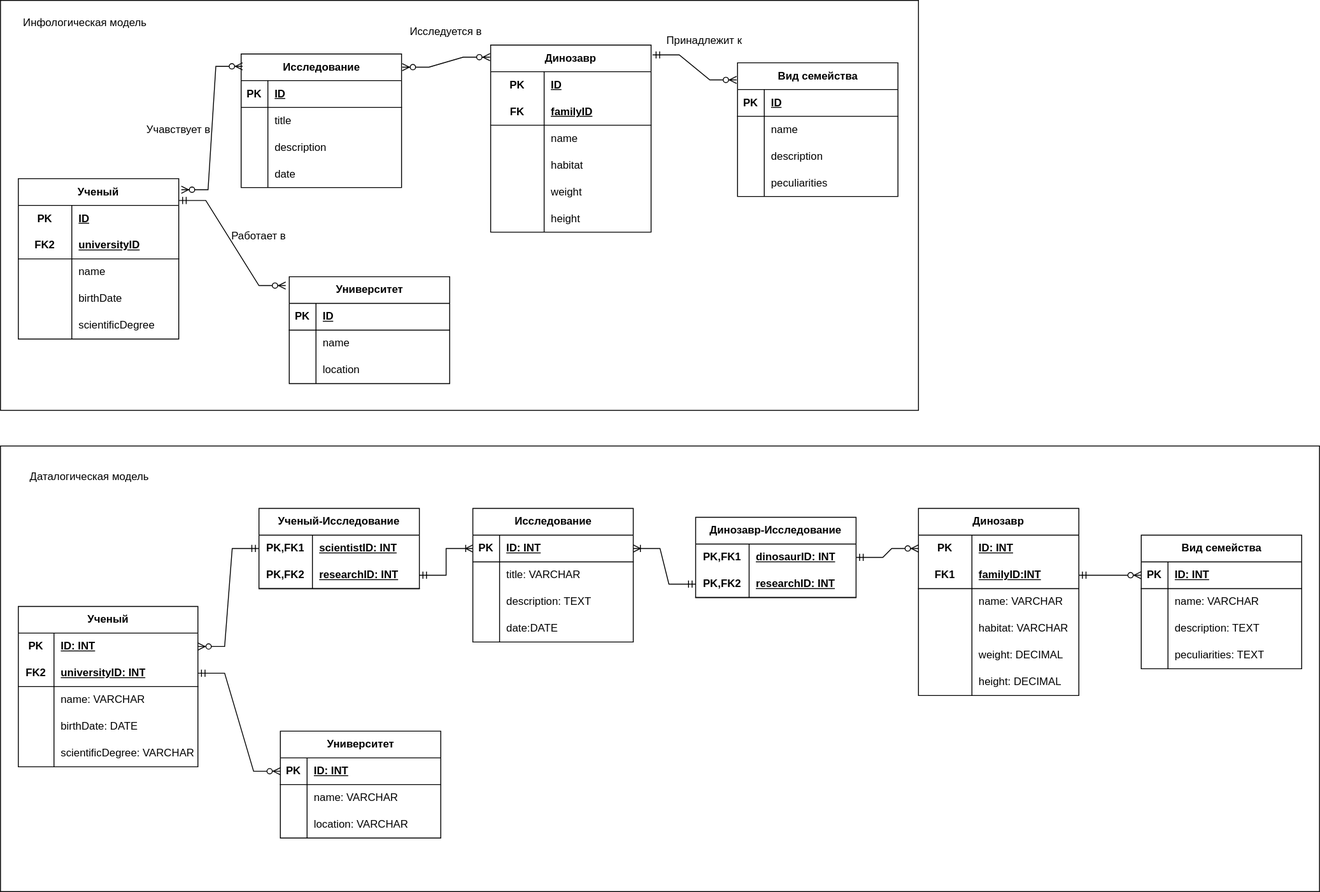
This is DataScience/lab1/bd.drawio.svg from yargames1/ITMO, a draw.io export, as it was before one commit. Source tidied: cells renumbered, new cells last; positions are measured from the earlier drawing's top-left corner, leaving out a move shared by most shapes.
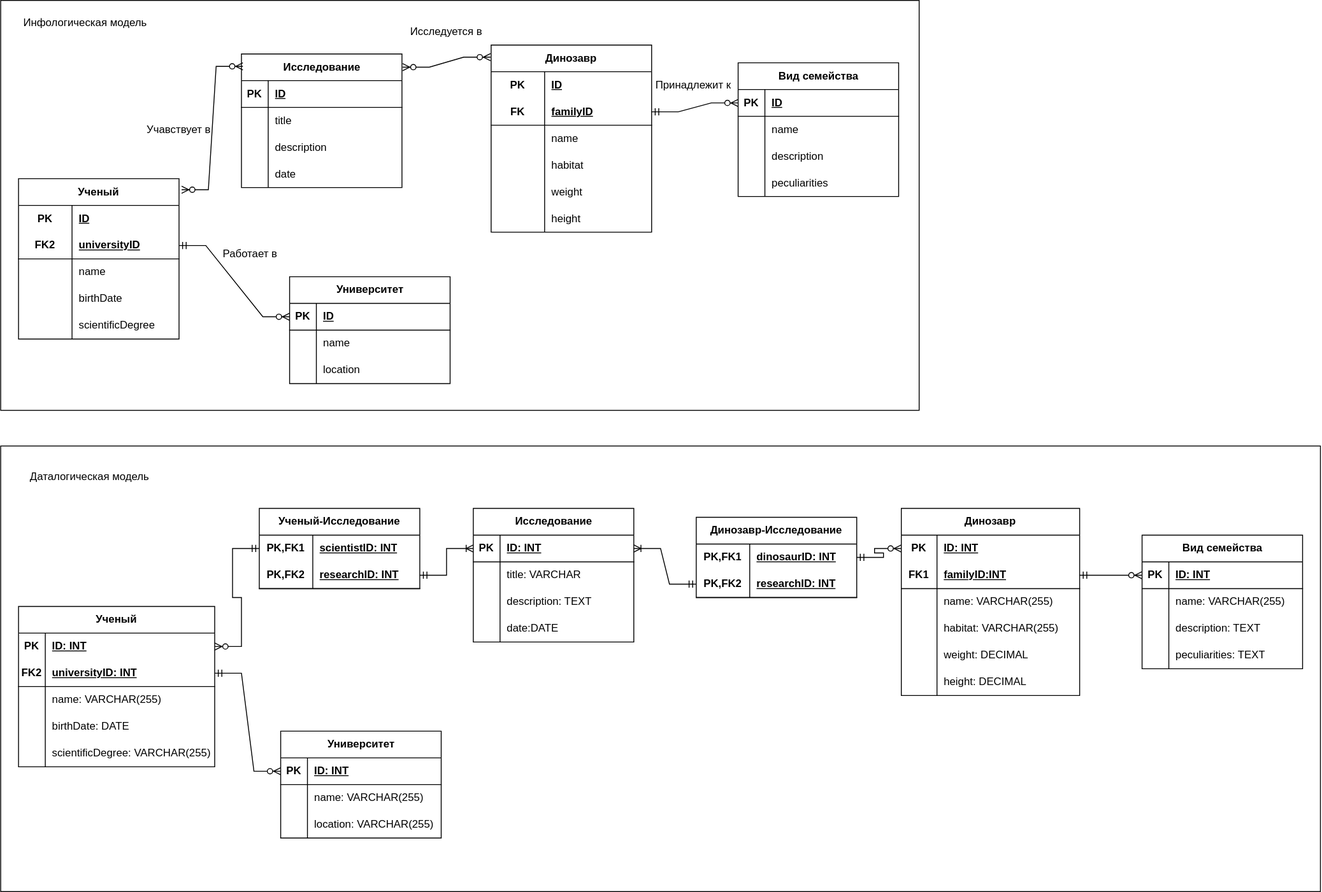
After the change.

Diff of the diagram source:
```diff
@@ -227,16 +227,14 @@
     <mxCell id="76" style="edgeStyle=entityRelationEdgeStyle;fontSize=12;html=1;endArrow=ERzeroToMany;endFill=1;startArrow=ERzeroToMany;rounded=0;exitX=1.004;exitY=0.099;exitDx=0;exitDy=0;exitPerimeter=0;entryX=-0.004;entryY=0.065;entryDx=0;entryDy=0;entryPerimeter=0;" parent="1" edge="1" source="62" target="30">
       <mxGeometry relative="1" as="geometry" />
     </mxCell>
-    <mxCell id="77" style="edgeStyle=entityRelationEdgeStyle;fontSize=12;html=1;endArrow=ERzeroToMany;startArrow=ERmandOne;rounded=0;exitX=1.009;exitY=0.053;exitDx=0;exitDy=0;exitPerimeter=0;entryX=-0.006;entryY=0.128;entryDx=0;entryDy=0;entryPerimeter=0;" parent="1" edge="1" source="30" target="49">
+    <mxCell id="77" style="edgeStyle=entityRelationEdgeStyle;fontSize=12;html=1;endArrow=ERzeroToMany;startArrow=ERmandOne;rounded=0;exitX=1;exitY=0.5;exitDx=0;exitDy=0;entryX=0;entryY=0.5;entryDx=0;entryDy=0;" parent="1" edge="1" source="34" target="50">
       <mxGeometry relative="1" as="geometry" />
     </mxCell>
-    <mxCell id="78" style="edgeStyle=entityRelationEdgeStyle;fontSize=12;html=1;endArrow=ERzeroToMany;startArrow=ERmandOne;rounded=0;exitX=1.002;exitY=0.136;exitDx=0;exitDy=0;exitPerimeter=0;" parent="1" edge="1" source="14">
-      <mxGeometry relative="1" as="geometry">
-        <mxPoint x="320" y="320" as="targetPoint" />
-      </mxGeometry>
+    <mxCell id="78" style="edgeStyle=entityRelationEdgeStyle;fontSize=12;html=1;endArrow=ERzeroToMany;startArrow=ERmandOne;rounded=0;exitX=1;exitY=0.5;exitDx=0;exitDy=0;entryX=0;entryY=0.5;entryDx=0;entryDy=0;" parent="1" edge="1" source="18" target="5">
+      <mxGeometry relative="1" as="geometry" />
     </mxCell>
     <mxCell id="79" value="Работает в" style="text;html=1;align=center;verticalAlign=middle;whiteSpace=wrap;rounded=0;" parent="1" vertex="1">
-      <mxGeometry x="250" y="250" width="80" height="30" as="geometry" />
+      <mxGeometry x="240" y="270" width="80" height="30" as="geometry" />
     </mxCell>
     <mxCell id="80" value="Учавствует в" style="text;html=1;align=center;verticalAlign=middle;whiteSpace=wrap;rounded=0;" parent="1" vertex="1">
       <mxGeometry x="160" y="130" width="80" height="30" as="geometry" />
@@ -245,7 +243,7 @@
       <mxGeometry x="450" y="20" width="100" height="30" as="geometry" />
     </mxCell>
     <mxCell id="82" value="Принадлежит к" style="text;html=1;align=center;verticalAlign=middle;whiteSpace=wrap;rounded=0;" parent="1" vertex="1">
-      <mxGeometry x="740" y="30" width="100" height="30" as="geometry" />
+      <mxGeometry x="727" y="80" width="100" height="30" as="geometry" />
     </mxCell>
     <mxCell id="83" value="Инфологическая модель" style="text;html=1;align=center;verticalAlign=middle;whiteSpace=wrap;rounded=0;" parent="1" vertex="1">
       <mxGeometry x="10" y="10" width="170" height="30" as="geometry" />
@@ -268,7 +266,7 @@
     <mxCell id="89" style="shape=partialRectangle;fillColor=none;top=0;left=0;bottom=0;right=0;overflow=hidden;whiteSpace=wrap;html=1;" parent="88" vertex="1">
       <mxGeometry width="30" height="30" as="geometry" />
     </mxCell>
-    <mxCell id="90" value="name: VARCHAR" style="shape=partialRectangle;fillColor=none;top=0;left=0;bottom=0;right=0;align=left;spacingLeft=6;overflow=hidden;whiteSpace=wrap;html=1;" parent="88" vertex="1">
+    <mxCell id="90" value="name: VARCHAR(255)" style="shape=partialRectangle;fillColor=none;top=0;left=0;bottom=0;right=0;align=left;spacingLeft=6;overflow=hidden;whiteSpace=wrap;html=1;" parent="88" vertex="1">
       <mxGeometry x="30" width="150" height="30" as="geometry" />
     </mxCell>
     <mxCell id="91" style="shape=tableRow;horizontal=0;startSize=0;swimlaneHead=0;swimlaneBody=0;fillColor=none;top=0;left=0;right=0;bottom=0;" parent="84" vertex="1">
@@ -277,113 +275,113 @@
     <mxCell id="92" style="shape=partialRectangle;fillColor=none;top=0;left=0;bottom=0;right=0;overflow=hidden;whiteSpace=wrap;html=1;" parent="91" vertex="1">
       <mxGeometry width="30" height="30" as="geometry" />
     </mxCell>
-    <mxCell id="93" value="location: VARCHAR" style="shape=partialRectangle;fillColor=none;top=0;left=0;bottom=0;right=0;align=left;spacingLeft=6;overflow=hidden;whiteSpace=wrap;html=1;" parent="91" vertex="1">
+    <mxCell id="93" value="location: VARCHAR(255)" style="shape=partialRectangle;fillColor=none;top=0;left=0;bottom=0;right=0;align=left;spacingLeft=6;overflow=hidden;whiteSpace=wrap;html=1;" parent="91" vertex="1">
       <mxGeometry x="30" width="150" height="30" as="geometry" />
     </mxCell>
     <mxCell id="94" value="&lt;span style=&quot;text-wrap-mode: nowrap;&quot;&gt;Ученый&lt;/span&gt;" style="shape=table;startSize=30;rowLines=0;fontStyle=1;align=center;html=1;whiteSpace=wrap;" parent="1" vertex="1">
-      <mxGeometry x="20" y="680" width="201.5" height="180" as="geometry" />
+      <mxGeometry x="20" y="680" width="220" height="180" as="geometry" />
     </mxCell>
     <mxCell id="95" style="shape=tableRow;horizontal=0;startSize=0;swimlaneHead=0;swimlaneBody=0;fillColor=none;points=[[0,0.5],[1,0.5]];portConstraint=eastwest;top=0;left=0;right=0;bottom=0;html=1;" parent="94" vertex="1">
-      <mxGeometry y="30" width="201.5" height="30" as="geometry" />
+      <mxGeometry y="30" width="220" height="30" as="geometry" />
     </mxCell>
     <mxCell id="96" value="PK" style="shape=partialRectangle;fillColor=none;top=0;left=0;bottom=0;right=0;fontStyle=1;overflow=hidden;html=1;whiteSpace=wrap;" parent="95" vertex="1">
-      <mxGeometry width="40" height="30" as="geometry" />
+      <mxGeometry width="30" height="30" as="geometry" />
     </mxCell>
     <mxCell id="97" value="ID: INT" style="shape=partialRectangle;fillColor=none;top=0;left=0;bottom=0;right=0;align=left;spacingLeft=6;fontStyle=5;overflow=hidden;html=1;whiteSpace=wrap;" parent="95" vertex="1">
-      <mxGeometry x="40" width="161.5" height="30" as="geometry" />
+      <mxGeometry x="30" width="190" height="30" as="geometry" />
     </mxCell>
     <mxCell id="98" style="shape=tableRow;horizontal=0;startSize=0;swimlaneHead=0;swimlaneBody=0;fillColor=none;points=[[0,0.5],[1,0.5]];portConstraint=eastwest;top=0;left=0;right=0;bottom=1;html=1;" parent="94" vertex="1">
-      <mxGeometry y="60" width="201.5" height="30" as="geometry" />
+      <mxGeometry y="60" width="220" height="30" as="geometry" />
     </mxCell>
     <mxCell id="99" value="FK2" style="shape=partialRectangle;fillColor=none;top=0;left=0;bottom=0;right=0;fontStyle=1;overflow=hidden;html=1;whiteSpace=wrap;" parent="98" vertex="1">
-      <mxGeometry width="40" height="30" as="geometry" />
+      <mxGeometry width="30" height="30" as="geometry" />
     </mxCell>
     <mxCell id="100" value="universityID: INT" style="shape=partialRectangle;fillColor=none;top=0;left=0;bottom=0;right=0;align=left;spacingLeft=6;fontStyle=5;overflow=hidden;html=1;whiteSpace=wrap;" parent="98" vertex="1">
-      <mxGeometry x="40" width="161.5" height="30" as="geometry" />
+      <mxGeometry x="30" width="190" height="30" as="geometry" />
     </mxCell>
     <mxCell id="101" style="shape=tableRow;horizontal=0;startSize=0;swimlaneHead=0;swimlaneBody=0;fillColor=none;top=0;left=0;right=0;bottom=0;html=1;" parent="94" vertex="1">
-      <mxGeometry y="90" width="201.5" height="30" as="geometry" />
+      <mxGeometry y="90" width="220" height="30" as="geometry" />
     </mxCell>
     <mxCell id="102" style="shape=partialRectangle;fillColor=none;top=0;left=0;bottom=0;right=0;overflow=hidden;html=1;whiteSpace=wrap;" parent="101" vertex="1">
-      <mxGeometry width="40" height="30" as="geometry" />
+      <mxGeometry width="30" height="30" as="geometry" />
     </mxCell>
-    <mxCell id="103" value="name: VARCHAR" style="shape=partialRectangle;fillColor=none;top=0;left=0;bottom=0;right=0;align=left;spacingLeft=6;overflow=hidden;html=1;whiteSpace=wrap;" parent="101" vertex="1">
-      <mxGeometry x="40" width="161.5" height="30" as="geometry" />
+    <mxCell id="103" value="name: VARCHAR(255)" style="shape=partialRectangle;fillColor=none;top=0;left=0;bottom=0;right=0;align=left;spacingLeft=6;overflow=hidden;html=1;whiteSpace=wrap;" parent="101" vertex="1">
+      <mxGeometry x="30" width="190" height="30" as="geometry" />
     </mxCell>
     <mxCell id="104" style="shape=tableRow;horizontal=0;startSize=0;swimlaneHead=0;swimlaneBody=0;fillColor=none;top=0;left=0;right=0;bottom=0;html=1;" parent="94" vertex="1">
-      <mxGeometry y="120" width="201.5" height="30" as="geometry" />
+      <mxGeometry y="120" width="220" height="30" as="geometry" />
     </mxCell>
     <mxCell id="105" style="shape=partialRectangle;fillColor=none;top=0;left=0;bottom=0;right=0;overflow=hidden;html=1;whiteSpace=wrap;" parent="104" vertex="1">
-      <mxGeometry width="40" height="30" as="geometry" />
+      <mxGeometry width="30" height="30" as="geometry" />
     </mxCell>
     <mxCell id="106" value="birthDate: DATE" style="shape=partialRectangle;fillColor=none;top=0;left=0;bottom=0;right=0;align=left;spacingLeft=6;overflow=hidden;html=1;whiteSpace=wrap;" parent="104" vertex="1">
-      <mxGeometry x="40" width="161.5" height="30" as="geometry" />
+      <mxGeometry x="30" width="190" height="30" as="geometry" />
     </mxCell>
     <mxCell id="107" style="shape=tableRow;horizontal=0;startSize=0;swimlaneHead=0;swimlaneBody=0;fillColor=none;top=0;left=0;right=0;bottom=0;html=1;" parent="94" vertex="1">
-      <mxGeometry y="150" width="201.5" height="30" as="geometry" />
+      <mxGeometry y="150" width="220" height="30" as="geometry" />
     </mxCell>
     <mxCell id="108" style="shape=partialRectangle;fillColor=none;top=0;left=0;bottom=0;right=0;overflow=hidden;html=1;whiteSpace=wrap;" parent="107" vertex="1">
-      <mxGeometry width="40" height="30" as="geometry" />
+      <mxGeometry width="30" height="30" as="geometry" />
     </mxCell>
-    <mxCell id="109" value="scientificDegree: VARCHAR" style="shape=partialRectangle;fillColor=none;top=0;left=0;bottom=0;right=0;align=left;spacingLeft=6;overflow=hidden;html=1;whiteSpace=wrap;" parent="107" vertex="1">
-      <mxGeometry x="40" width="161.5" height="30" as="geometry" />
+    <mxCell id="109" value="scientificDegree: VARCHAR(255)" style="shape=partialRectangle;fillColor=none;top=0;left=0;bottom=0;right=0;align=left;spacingLeft=6;overflow=hidden;html=1;whiteSpace=wrap;" parent="107" vertex="1">
+      <mxGeometry x="30" width="190" height="30" as="geometry" />
     </mxCell>
     <mxCell id="110" value="Динозавр" style="shape=table;startSize=30;rowLines=0;fontStyle=1;align=center;html=1;whiteSpace=wrap;" parent="1" vertex="1">
-      <mxGeometry x="1030" y="570" width="180" height="210" as="geometry" />
+      <mxGeometry x="1010" y="570" width="200" height="210" as="geometry" />
     </mxCell>
     <mxCell id="111" style="shape=tableRow;horizontal=0;startSize=0;swimlaneHead=0;swimlaneBody=0;fillColor=none;points=[[0,0.5],[1,0.5]];portConstraint=eastwest;top=0;left=0;right=0;bottom=0;html=1;" parent="110" vertex="1">
-      <mxGeometry y="30" width="180" height="30" as="geometry" />
+      <mxGeometry y="30" width="200" height="30" as="geometry" />
     </mxCell>
     <mxCell id="112" value="PK" style="shape=partialRectangle;fillColor=none;top=0;left=0;bottom=0;right=0;fontStyle=1;overflow=hidden;html=1;whiteSpace=wrap;" parent="111" vertex="1">
-      <mxGeometry width="60" height="30" as="geometry" />
+      <mxGeometry width="40" height="30" as="geometry" />
     </mxCell>
     <mxCell id="113" value="ID: INT" style="shape=partialRectangle;fillColor=none;top=0;left=0;bottom=0;right=0;align=left;spacingLeft=6;fontStyle=5;overflow=hidden;html=1;whiteSpace=wrap;" parent="111" vertex="1">
-      <mxGeometry x="60" width="120" height="30" as="geometry" />
+      <mxGeometry x="40" width="160" height="30" as="geometry" />
     </mxCell>
     <mxCell id="114" style="shape=tableRow;horizontal=0;startSize=0;swimlaneHead=0;swimlaneBody=0;fillColor=none;points=[[0,0.5],[1,0.5]];portConstraint=eastwest;top=0;left=0;right=0;bottom=1;html=1;" parent="110" vertex="1">
-      <mxGeometry y="60" width="180" height="30" as="geometry" />
+      <mxGeometry y="60" width="200" height="30" as="geometry" />
     </mxCell>
     <mxCell id="115" value="FK1" style="shape=partialRectangle;fillColor=none;top=0;left=0;bottom=0;right=0;fontStyle=1;overflow=hidden;html=1;whiteSpace=wrap;" parent="114" vertex="1">
-      <mxGeometry width="60" height="30" as="geometry" />
+      <mxGeometry width="40" height="30" as="geometry" />
     </mxCell>
     <mxCell id="116" value="familyID:INT" style="shape=partialRectangle;fillColor=none;top=0;left=0;bottom=0;right=0;align=left;spacingLeft=6;fontStyle=5;overflow=hidden;html=1;whiteSpace=wrap;" parent="114" vertex="1">
-      <mxGeometry x="60" width="120" height="30" as="geometry" />
+      <mxGeometry x="40" width="160" height="30" as="geometry" />
     </mxCell>
     <mxCell id="117" style="shape=tableRow;horizontal=0;startSize=0;swimlaneHead=0;swimlaneBody=0;fillColor=none;top=0;left=0;right=0;bottom=0;html=1;" parent="110" vertex="1">
-      <mxGeometry y="90" width="180" height="30" as="geometry" />
+      <mxGeometry y="90" width="200" height="30" as="geometry" />
     </mxCell>
     <mxCell id="118" style="shape=partialRectangle;fillColor=none;top=0;left=0;bottom=0;right=0;overflow=hidden;html=1;whiteSpace=wrap;" parent="117" vertex="1">
-      <mxGeometry width="60" height="30" as="geometry" />
+      <mxGeometry width="40" height="30" as="geometry" />
     </mxCell>
-    <mxCell id="119" value="name: VARCHAR" style="shape=partialRectangle;fillColor=none;top=0;left=0;bottom=0;right=0;align=left;spacingLeft=6;overflow=hidden;html=1;whiteSpace=wrap;" parent="117" vertex="1">
-      <mxGeometry x="60" width="120" height="30" as="geometry" />
+    <mxCell id="119" value="name: VARCHAR(255)" style="shape=partialRectangle;fillColor=none;top=0;left=0;bottom=0;right=0;align=left;spacingLeft=6;overflow=hidden;html=1;whiteSpace=wrap;" parent="117" vertex="1">
+      <mxGeometry x="40" width="160" height="30" as="geometry" />
     </mxCell>
     <mxCell id="120" style="shape=tableRow;horizontal=0;startSize=0;swimlaneHead=0;swimlaneBody=0;fillColor=none;top=0;left=0;right=0;bottom=0;html=1;" parent="110" vertex="1">
-      <mxGeometry y="120" width="180" height="30" as="geometry" />
+      <mxGeometry y="120" width="200" height="30" as="geometry" />
     </mxCell>
     <mxCell id="121" style="shape=partialRectangle;fillColor=none;top=0;left=0;bottom=0;right=0;overflow=hidden;html=1;whiteSpace=wrap;" parent="120" vertex="1">
-      <mxGeometry width="60" height="30" as="geometry" />
+      <mxGeometry width="40" height="30" as="geometry" />
     </mxCell>
-    <mxCell id="122" value="habitat: VARCHAR" style="shape=partialRectangle;fillColor=none;top=0;left=0;bottom=0;right=0;align=left;spacingLeft=6;overflow=hidden;html=1;whiteSpace=wrap;" parent="120" vertex="1">
-      <mxGeometry x="60" width="120" height="30" as="geometry" />
+    <mxCell id="122" value="habitat: VARCHAR(255)" style="shape=partialRectangle;fillColor=none;top=0;left=0;bottom=0;right=0;align=left;spacingLeft=6;overflow=hidden;html=1;whiteSpace=wrap;" parent="120" vertex="1">
+      <mxGeometry x="40" width="160" height="30" as="geometry" />
     </mxCell>
     <mxCell id="123" style="shape=tableRow;horizontal=0;startSize=0;swimlaneHead=0;swimlaneBody=0;fillColor=none;top=0;left=0;right=0;bottom=0;html=1;" parent="110" vertex="1">
-      <mxGeometry y="150" width="180" height="30" as="geometry" />
+      <mxGeometry y="150" width="200" height="30" as="geometry" />
     </mxCell>
     <mxCell id="124" style="shape=partialRectangle;fillColor=none;top=0;left=0;bottom=0;right=0;overflow=hidden;html=1;whiteSpace=wrap;" parent="123" vertex="1">
-      <mxGeometry width="60" height="30" as="geometry" />
+      <mxGeometry width="40" height="30" as="geometry" />
     </mxCell>
     <mxCell id="125" value="weight: DECIMAL" style="shape=partialRectangle;fillColor=none;top=0;left=0;bottom=0;right=0;align=left;spacingLeft=6;overflow=hidden;html=1;whiteSpace=wrap;" parent="123" vertex="1">
-      <mxGeometry x="60" width="120" height="30" as="geometry" />
+      <mxGeometry x="40" width="160" height="30" as="geometry" />
     </mxCell>
     <mxCell id="126" style="shape=tableRow;horizontal=0;startSize=0;swimlaneHead=0;swimlaneBody=0;fillColor=none;top=0;left=0;right=0;bottom=0;html=1;" parent="110" vertex="1">
-      <mxGeometry y="180" width="180" height="30" as="geometry" />
+      <mxGeometry y="180" width="200" height="30" as="geometry" />
     </mxCell>
     <mxCell id="127" style="shape=partialRectangle;fillColor=none;top=0;left=0;bottom=0;right=0;overflow=hidden;html=1;whiteSpace=wrap;" parent="126" vertex="1">
-      <mxGeometry width="60" height="30" as="geometry" />
+      <mxGeometry width="40" height="30" as="geometry" />
     </mxCell>
     <mxCell id="128" value="height: DECIMAL" style="shape=partialRectangle;fillColor=none;top=0;left=0;bottom=0;right=0;align=left;spacingLeft=6;overflow=hidden;html=1;whiteSpace=wrap;" parent="126" vertex="1">
-      <mxGeometry x="60" width="120" height="30" as="geometry" />
+      <mxGeometry x="40" width="160" height="30" as="geometry" />
     </mxCell>
     <mxCell id="129" value="Вид семейства" style="shape=table;startSize=30;rowLines=0;fontStyle=1;align=center;html=1;" parent="1" vertex="1">
       <mxGeometry x="1280" y="600" width="180" height="150" as="geometry" />
@@ -403,7 +401,7 @@
     <mxCell id="134" style="shape=partialRectangle;fillColor=none;top=0;left=0;bottom=0;right=0;overflow=hidden;whiteSpace=wrap;html=1;" parent="133" vertex="1">
       <mxGeometry width="30" height="30" as="geometry" />
     </mxCell>
-    <mxCell id="135" value="name: VARCHAR" style="shape=partialRectangle;fillColor=none;top=0;left=0;bottom=0;right=0;align=left;spacingLeft=6;overflow=hidden;whiteSpace=wrap;html=1;" parent="133" vertex="1">
+    <mxCell id="135" value="name: VARCHAR(255)" style="shape=partialRectangle;fillColor=none;top=0;left=0;bottom=0;right=0;align=left;spacingLeft=6;overflow=hidden;whiteSpace=wrap;html=1;" parent="133" vertex="1">
       <mxGeometry x="30" width="150" height="30" as="geometry" />
     </mxCell>
     <mxCell id="136" style="shape=tableRow;horizontal=0;startSize=0;swimlaneHead=0;swimlaneBody=0;fillColor=none;top=0;left=0;right=0;bottom=0;" parent="129" vertex="1">
```
